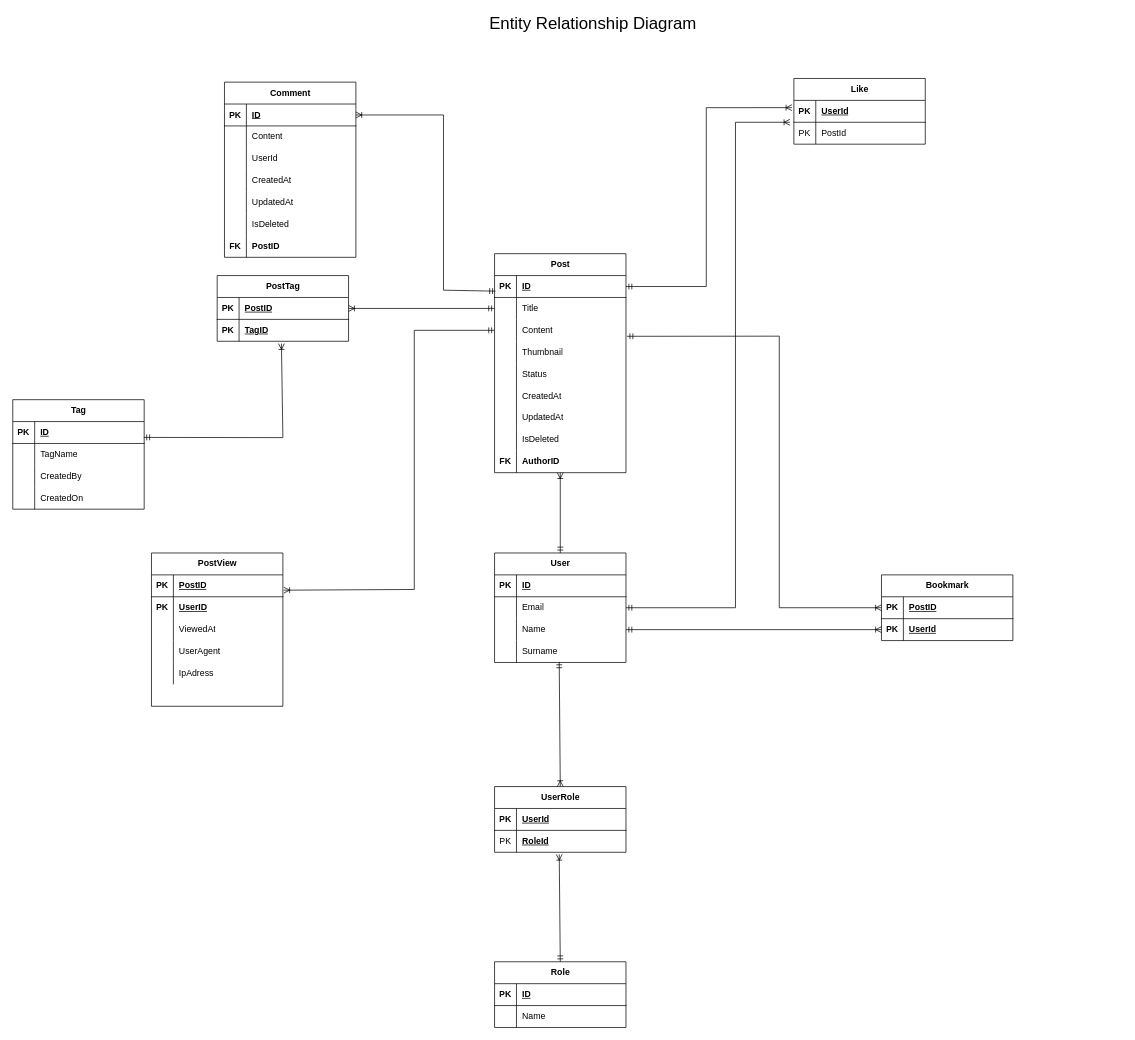
ChrisClaude/chris-claude-site keeps this draw.io diagram as page "ERD" (1 of 2) of docs/System_Design.drawio. Above is the earlier version. Source tidied: cells renumbered, new cells numbered last; positions are measured from the earlier drawing's top-left corner, leaving out a move shared by most shapes. Both pictures are drawn from the tidied source at 73%, with x=0, y=0 at pixel (12, 12).
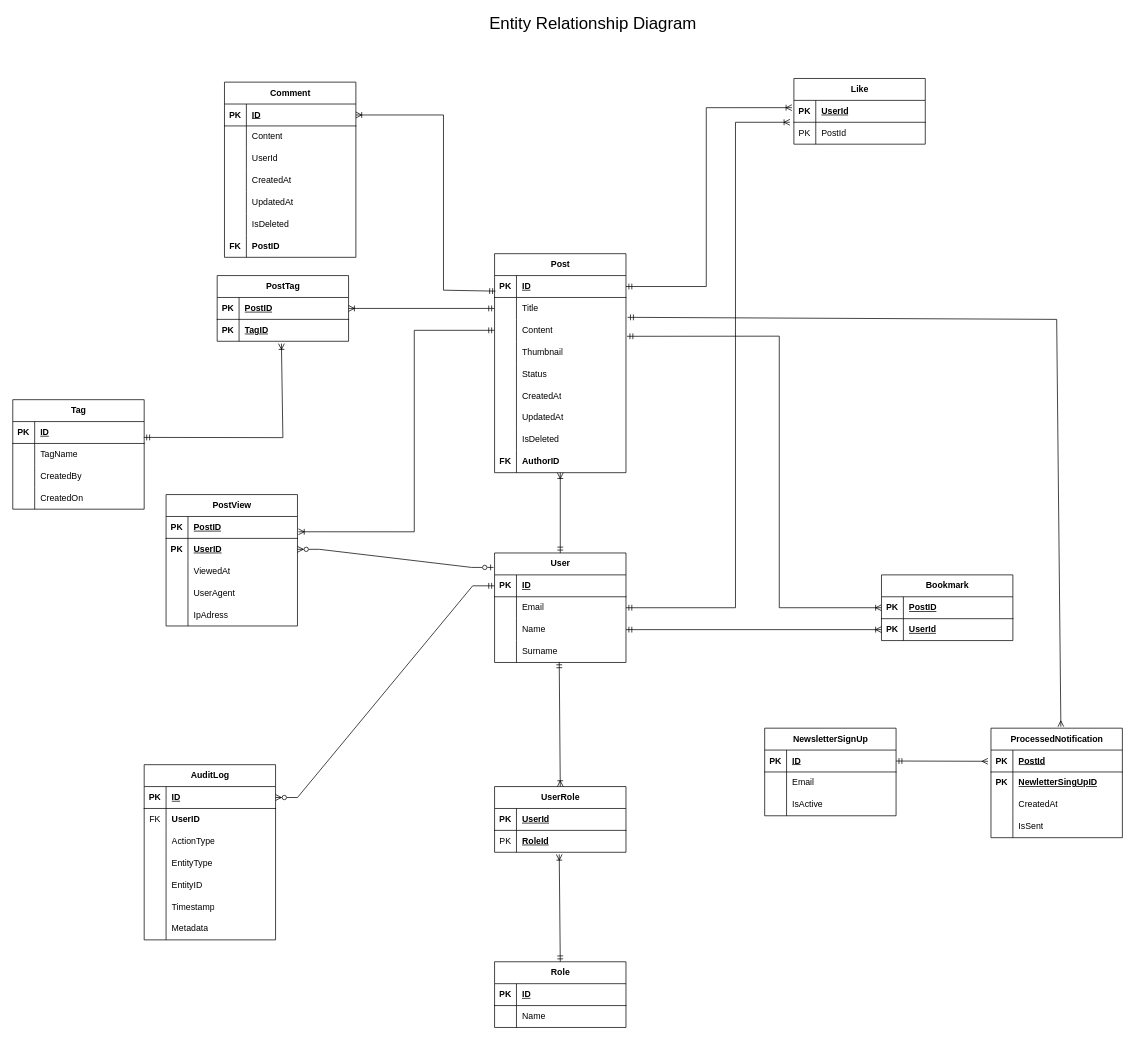
The same page after the edit.

Unchanged cells that the change refers to:
```xml
<mxCell id="9" style="shape=tableRow;horizontal=0;startSize=0;swimlaneHead=0;swimlaneBody=0;fillColor=none;points=[[0,0.5],[1,0.5]];portConstraint=eastwest;top=0;left=0;right=0;bottom=0;" parent="2" vertex="1">
  <mxGeometry y="90" width="180" height="30" as="geometry" />
</mxCell>
<mxCell id="30" value="User" style="shape=table;startSize=30;childLayout=tableLayout;rowLines=0;fontStyle=1;align=center;html=1;" parent="1" vertex="1">
  <mxGeometry x="660" y="740" width="180" height="150" as="geometry" />
</mxCell>
<mxCell id="31" style="shape=tableRow;horizontal=0;startSize=0;swimlaneHead=0;swimlaneBody=0;fillColor=none;points=[[0,0.5],[1,0.5]];portConstraint=eastwest;top=0;left=0;right=0;bottom=1;" parent="30" vertex="1">
  <mxGeometry y="30" width="180" height="30" as="geometry" />
</mxCell>
<mxCell id="87" style="shape=tableRow;horizontal=0;startSize=0;swimlaneHead=0;swimlaneBody=0;fillColor=none;points=[[0,0.5],[1,0.5]];portConstraint=eastwest;top=0;left=0;right=0;bottom=1;" parent="86" vertex="1">
  <mxGeometry y="30" width="180" height="30" as="geometry" />
</mxCell>
<mxCell id="90" style="shape=tableRow;horizontal=0;startSize=0;swimlaneHead=0;swimlaneBody=0;fillColor=none;points=[[0,0.5],[1,0.5]];portConstraint=eastwest;top=0;left=0;right=0;bottom=0;" parent="86" vertex="1">
  <mxGeometry y="60" width="180" height="30" as="geometry" />
</mxCell>
```

Change to the diagram source:
```diff
@@
     <mxCell id="86" value="PostView" style="shape=table;startSize=30;childLayout=tableLayout;rowLines=0;fontStyle=1;align=center;html=1;" parent="1" vertex="1">
-      <mxGeometry x="190" y="740" width="180" height="210" as="geometry" />
+      <mxGeometry x="210" y="660" width="180" height="180" as="geometry" />
     </mxCell>
@@
     <mxCell id="138" style="fontSize=12;html=1;endArrow=ERoneToMany;startArrow=ERmandOne;rounded=0;startFill=0;exitX=0;exitY=0.5;exitDx=0;exitDy=0;entryX=1.007;entryY=0.699;entryDx=0;entryDy=0;entryPerimeter=0;" parent="1" edge="1" source="9" target="87">
       <mxGeometry relative="1" as="geometry">
         <Array as="points">
           <mxPoint x="550" y="435" />
-          <mxPoint x="550" y="790" />
+          <mxPoint x="550" y="711" />
         </Array>
       </mxGeometry>
     </mxCell>
@@
+    <mxCell id="141" value="NewsletterSignUp" style="shape=table;startSize=30;childLayout=tableLayout;rowLines=0;fontStyle=1;align=center;html=1;" parent="1" vertex="1">
+      <mxGeometry x="1030" y="980" width="180" height="120" as="geometry" />
+    </mxCell>
+    <mxCell id="142" style="shape=tableRow;horizontal=0;startSize=0;swimlaneHead=0;swimlaneBody=0;fillColor=none;points=[[0,0.5],[1,0.5]];portConstraint=eastwest;top=0;left=0;right=0;bottom=1;" parent="141" vertex="1">
+      <mxGeometry y="30" width="180" height="30" as="geometry" />
+    </mxCell>
+    <mxCell id="143" value="PK" style="shape=partialRectangle;fillColor=none;top=0;left=0;bottom=0;right=0;fontStyle=1;overflow=hidden;whiteSpace=wrap;html=1;" parent="142" vertex="1">
+      <mxGeometry width="30" height="30" as="geometry" />
+    </mxCell>
+    <mxCell id="144" value="ID" style="shape=partialRectangle;fillColor=none;top=0;left=0;bottom=0;right=0;align=left;spacingLeft=6;fontStyle=5;overflow=hidden;whiteSpace=wrap;html=1;" parent="142" vertex="1">
+      <mxGeometry x="30" width="150" height="30" as="geometry" />
+    </mxCell>
+    <mxCell id="145" style="shape=tableRow;horizontal=0;startSize=0;swimlaneHead=0;swimlaneBody=0;fillColor=none;top=0;left=0;right=0;bottom=0;" parent="141" vertex="1">
+      <mxGeometry y="60" width="180" height="30" as="geometry" />
+    </mxCell>
+    <mxCell id="146" style="shape=partialRectangle;fillColor=none;top=0;left=0;bottom=0;right=0;overflow=hidden;whiteSpace=wrap;html=1;" parent="145" vertex="1">
+      <mxGeometry width="30" height="30" as="geometry" />
+    </mxCell>
+    <mxCell id="147" value="Email" style="shape=partialRectangle;fillColor=none;top=0;left=0;bottom=0;right=0;align=left;spacingLeft=6;overflow=hidden;whiteSpace=wrap;html=1;" parent="145" vertex="1">
+      <mxGeometry x="30" width="150" height="30" as="geometry" />
+    </mxCell>
+    <mxCell id="148" style="shape=tableRow;horizontal=0;startSize=0;swimlaneHead=0;swimlaneBody=0;fillColor=none;top=0;left=0;right=0;bottom=0;" parent="141" vertex="1">
+      <mxGeometry y="90" width="180" height="30" as="geometry" />
+    </mxCell>
+    <mxCell id="149" style="shape=partialRectangle;fillColor=none;top=0;left=0;bottom=0;right=0;overflow=hidden;whiteSpace=wrap;html=1;" parent="148" vertex="1">
+      <mxGeometry width="30" height="30" as="geometry" />
+    </mxCell>
+    <mxCell id="150" value="IsActive" style="shape=partialRectangle;fillColor=none;top=0;left=0;bottom=0;right=0;align=left;spacingLeft=6;overflow=hidden;whiteSpace=wrap;html=1;" parent="148" vertex="1">
+      <mxGeometry x="30" width="150" height="30" as="geometry" />
+    </mxCell>
+    <mxCell id="151" value="ProcessedNotification" style="shape=table;startSize=30;childLayout=tableLayout;rowLines=0;fontStyle=1;align=center;html=1;" parent="1" vertex="1">
+      <mxGeometry x="1340" y="980" width="180" height="150" as="geometry" />
+    </mxCell>
+    <mxCell id="152" style="shape=tableRow;horizontal=0;startSize=0;swimlaneHead=0;swimlaneBody=0;fillColor=none;points=[[0,0.5],[1,0.5]];portConstraint=eastwest;top=0;left=0;right=0;bottom=1;" parent="151" vertex="1">
+      <mxGeometry y="30" width="180" height="30" as="geometry" />
+    </mxCell>
+    <mxCell id="153" value="PK" style="shape=partialRectangle;fillColor=none;top=0;left=0;bottom=0;right=0;fontStyle=1;overflow=hidden;whiteSpace=wrap;html=1;" parent="152" vertex="1">
+      <mxGeometry width="30" height="30" as="geometry" />
+    </mxCell>
+    <mxCell id="154" value="PostId" style="shape=partialRectangle;fillColor=none;top=0;left=0;bottom=0;right=0;align=left;spacingLeft=6;fontStyle=5;overflow=hidden;whiteSpace=wrap;html=1;" parent="152" vertex="1">
+      <mxGeometry x="30" width="150" height="30" as="geometry" />
+    </mxCell>
+    <mxCell id="155" style="shape=tableRow;horizontal=0;startSize=0;swimlaneHead=0;swimlaneBody=0;fillColor=none;top=0;left=0;right=0;bottom=0;" parent="151" vertex="1">
+      <mxGeometry y="60" width="180" height="30" as="geometry" />
+    </mxCell>
+    <mxCell id="156" value="&lt;b&gt;PK&lt;/b&gt;" style="shape=partialRectangle;fillColor=none;top=0;left=0;bottom=0;right=0;overflow=hidden;whiteSpace=wrap;html=1;" parent="155" vertex="1">
+      <mxGeometry width="30" height="30" as="geometry" />
+    </mxCell>
+    <mxCell id="157" value="&lt;b&gt;&lt;u&gt;NewletterSingUpID&lt;/u&gt;&lt;/b&gt;" style="shape=partialRectangle;fillColor=none;top=0;left=0;bottom=0;right=0;align=left;spacingLeft=6;overflow=hidden;whiteSpace=wrap;html=1;" parent="155" vertex="1">
+      <mxGeometry x="30" width="150" height="30" as="geometry" />
+    </mxCell>
+    <mxCell id="158" style="shape=tableRow;horizontal=0;startSize=0;swimlaneHead=0;swimlaneBody=0;fillColor=none;top=0;left=0;right=0;bottom=0;" parent="151" vertex="1">
+      <mxGeometry y="90" width="180" height="30" as="geometry" />
+    </mxCell>
+    <mxCell id="159" style="shape=partialRectangle;fillColor=none;top=0;left=0;bottom=0;right=0;overflow=hidden;whiteSpace=wrap;html=1;" parent="158" vertex="1">
+      <mxGeometry width="30" height="30" as="geometry" />
+    </mxCell>
+    <mxCell id="160" value="CreatedAt" style="shape=partialRectangle;fillColor=none;top=0;left=0;bottom=0;right=0;align=left;spacingLeft=6;overflow=hidden;whiteSpace=wrap;html=1;" parent="158" vertex="1">
+      <mxGeometry x="30" width="150" height="30" as="geometry" />
+    </mxCell>
+    <mxCell id="161" style="shape=tableRow;horizontal=0;startSize=0;swimlaneHead=0;swimlaneBody=0;fillColor=none;top=0;left=0;right=0;bottom=0;" parent="151" vertex="1">
+      <mxGeometry y="120" width="180" height="30" as="geometry" />
+    </mxCell>
+    <mxCell id="162" style="shape=partialRectangle;fillColor=none;top=0;left=0;bottom=0;right=0;overflow=hidden;whiteSpace=wrap;html=1;" parent="161" vertex="1">
+      <mxGeometry width="30" height="30" as="geometry" />
+    </mxCell>
+    <mxCell id="163" value="IsSent" style="shape=partialRectangle;fillColor=none;top=0;left=0;bottom=0;right=0;align=left;spacingLeft=6;overflow=hidden;whiteSpace=wrap;html=1;" parent="161" vertex="1">
+      <mxGeometry x="30" width="150" height="30" as="geometry" />
+    </mxCell>
+    <mxCell id="164" style="fontSize=12;html=1;endArrow=ERmany;rounded=0;startArrow=ERmandOne;startFill=0;exitX=1;exitY=0.5;exitDx=0;exitDy=0;entryX=-0.023;entryY=0.512;entryDx=0;entryDy=0;entryPerimeter=0;" parent="1" edge="1" source="142" target="152">
+      <mxGeometry relative="1" as="geometry" />
+    </mxCell>
+    <mxCell id="165" style="fontSize=12;html=1;endArrow=ERmany;rounded=0;startArrow=ERmandOne;startFill=0;entryX=0.532;entryY=-0.013;entryDx=0;entryDy=0;entryPerimeter=0;exitX=1.012;exitY=-0.093;exitDx=0;exitDy=0;exitPerimeter=0;" parent="1" edge="1" source="9" target="151">
+      <mxGeometry relative="1" as="geometry">
+        <Array as="points">
+          <mxPoint x="1430" y="420" />
+        </Array>
+      </mxGeometry>
+    </mxCell>
+    <mxCell id="166" value="AuditLog" style="shape=table;startSize=30;childLayout=tableLayout;rowLines=0;fontStyle=1;align=center;html=1;" parent="1" vertex="1">
+      <mxGeometry x="180" y="1030" width="180" height="240" as="geometry" />
+    </mxCell>
+    <mxCell id="167" style="shape=tableRow;horizontal=0;startSize=0;swimlaneHead=0;swimlaneBody=0;fillColor=none;points=[[0,0.5],[1,0.5]];portConstraint=eastwest;top=0;left=0;right=0;bottom=1;" parent="166" vertex="1">
+      <mxGeometry y="30" width="180" height="30" as="geometry" />
+    </mxCell>
+    <mxCell id="168" value="PK" style="shape=partialRectangle;fillColor=none;top=0;left=0;bottom=0;right=0;fontStyle=1;overflow=hidden;whiteSpace=wrap;html=1;" parent="167" vertex="1">
+      <mxGeometry width="30" height="30" as="geometry" />
+    </mxCell>
+    <mxCell id="169" value="ID" style="shape=partialRectangle;fillColor=none;top=0;left=0;bottom=0;right=0;align=left;spacingLeft=6;fontStyle=5;overflow=hidden;whiteSpace=wrap;html=1;" parent="167" vertex="1">
+      <mxGeometry x="30" width="150" height="30" as="geometry" />
+    </mxCell>
+    <mxCell id="170" style="shape=tableRow;horizontal=0;startSize=0;swimlaneHead=0;swimlaneBody=0;fillColor=none;top=0;left=0;right=0;bottom=0;" parent="166" vertex="1">
+      <mxGeometry y="60" width="180" height="30" as="geometry" />
+    </mxCell>
+    <mxCell id="171" value="FK" style="shape=partialRectangle;fillColor=none;top=0;left=0;bottom=0;right=0;overflow=hidden;whiteSpace=wrap;html=1;" parent="170" vertex="1">
+      <mxGeometry width="30" height="30" as="geometry" />
+    </mxCell>
+    <mxCell id="172" value="&lt;b&gt;UserID&lt;/b&gt;" style="shape=partialRectangle;fillColor=none;top=0;left=0;bottom=0;right=0;align=left;spacingLeft=6;overflow=hidden;whiteSpace=wrap;html=1;" parent="170" vertex="1">
+      <mxGeometry x="30" width="150" height="30" as="geometry" />
+    </mxCell>
+    <mxCell id="173" style="shape=tableRow;horizontal=0;startSize=0;swimlaneHead=0;swimlaneBody=0;fillColor=none;top=0;left=0;right=0;bottom=0;" parent="166" vertex="1">
+      <mxGeometry y="90" width="180" height="30" as="geometry" />
+    </mxCell>
+    <mxCell id="174" style="shape=partialRectangle;fillColor=none;top=0;left=0;bottom=0;right=0;overflow=hidden;whiteSpace=wrap;html=1;" parent="173" vertex="1">
+      <mxGeometry width="30" height="30" as="geometry" />
+    </mxCell>
+    <mxCell id="175" value="ActionType" style="shape=partialRectangle;fillColor=none;top=0;left=0;bottom=0;right=0;align=left;spacingLeft=6;overflow=hidden;whiteSpace=wrap;html=1;" parent="173" vertex="1">
+      <mxGeometry x="30" width="150" height="30" as="geometry" />
+    </mxCell>
+    <mxCell id="176" style="shape=tableRow;horizontal=0;startSize=0;swimlaneHead=0;swimlaneBody=0;fillColor=none;top=0;left=0;right=0;bottom=0;" parent="166" vertex="1">
+      <mxGeometry y="120" width="180" height="30" as="geometry" />
+    </mxCell>
+    <mxCell id="177" style="shape=partialRectangle;fillColor=none;top=0;left=0;bottom=0;right=0;overflow=hidden;whiteSpace=wrap;html=1;" parent="176" vertex="1">
+      <mxGeometry width="30" height="30" as="geometry" />
+    </mxCell>
+    <mxCell id="178" value="EntityType" style="shape=partialRectangle;fillColor=none;top=0;left=0;bottom=0;right=0;align=left;spacingLeft=6;overflow=hidden;whiteSpace=wrap;html=1;" parent="176" vertex="1">
+      <mxGeometry x="30" width="150" height="30" as="geometry" />
+    </mxCell>
+    <mxCell id="179" style="shape=tableRow;horizontal=0;startSize=0;swimlaneHead=0;swimlaneBody=0;fillColor=none;top=0;left=0;right=0;bottom=0;" parent="166" vertex="1">
+      <mxGeometry y="150" width="180" height="30" as="geometry" />
+    </mxCell>
+    <mxCell id="180" style="shape=partialRectangle;fillColor=none;top=0;left=0;bottom=0;right=0;overflow=hidden;whiteSpace=wrap;html=1;" parent="179" vertex="1">
+      <mxGeometry width="30" height="30" as="geometry" />
+    </mxCell>
+    <mxCell id="181" value="EntityID" style="shape=partialRectangle;fillColor=none;top=0;left=0;bottom=0;right=0;align=left;spacingLeft=6;overflow=hidden;whiteSpace=wrap;html=1;" parent="179" vertex="1">
+      <mxGeometry x="30" width="150" height="30" as="geometry" />
+    </mxCell>
+    <mxCell id="182" style="shape=tableRow;horizontal=0;startSize=0;swimlaneHead=0;swimlaneBody=0;fillColor=none;top=0;left=0;right=0;bottom=0;" parent="166" vertex="1">
+      <mxGeometry y="180" width="180" height="30" as="geometry" />
+    </mxCell>
+    <mxCell id="183" style="shape=partialRectangle;fillColor=none;top=0;left=0;bottom=0;right=0;overflow=hidden;whiteSpace=wrap;html=1;" parent="182" vertex="1">
+      <mxGeometry width="30" height="30" as="geometry" />
+    </mxCell>
+    <mxCell id="184" value="Timestamp" style="shape=partialRectangle;fillColor=none;top=0;left=0;bottom=0;right=0;align=left;spacingLeft=6;overflow=hidden;whiteSpace=wrap;html=1;" parent="182" vertex="1">
+      <mxGeometry x="30" width="150" height="30" as="geometry" />
+    </mxCell>
+    <mxCell id="185" style="shape=tableRow;horizontal=0;startSize=0;swimlaneHead=0;swimlaneBody=0;fillColor=none;top=0;left=0;right=0;bottom=0;" parent="166" vertex="1">
+      <mxGeometry y="210" width="180" height="30" as="geometry" />
+    </mxCell>
+    <mxCell id="186" style="shape=partialRectangle;fillColor=none;top=0;left=0;bottom=0;right=0;overflow=hidden;whiteSpace=wrap;html=1;" parent="185" vertex="1">
+      <mxGeometry width="30" height="30" as="geometry" />
+    </mxCell>
+    <mxCell id="187" value="Metadata" style="shape=partialRectangle;fillColor=none;top=0;left=0;bottom=0;right=0;align=left;spacingLeft=6;overflow=hidden;whiteSpace=wrap;html=1;" parent="185" vertex="1">
+      <mxGeometry x="30" width="150" height="30" as="geometry" />
+    </mxCell>
+    <mxCell id="188" style="edgeStyle=entityRelationEdgeStyle;fontSize=12;html=1;endArrow=ERmandOne;startArrow=ERzeroToMany;rounded=0;startFill=0;entryX=0;entryY=0.5;entryDx=0;entryDy=0;exitX=1;exitY=0.5;exitDx=0;exitDy=0;" parent="1" edge="1" source="167" target="31">
+      <mxGeometry relative="1" as="geometry">
+        <Array as="points">
+          <mxPoint x="553.6" y="905.5" />
+        </Array>
+      </mxGeometry>
+    </mxCell>
+    <mxCell id="189" style="edgeStyle=entityRelationEdgeStyle;fontSize=12;html=1;endArrow=ERzeroToOne;rounded=0;startArrow=ERzeroToMany;startFill=0;endFill=0;entryX=-0.008;entryY=0.132;entryDx=0;entryDy=0;entryPerimeter=0;exitX=1;exitY=0.5;exitDx=0;exitDy=0;" parent="1" edge="1" source="90" target="30">
+      <mxGeometry relative="1" as="geometry" />
+    </mxCell>
```
